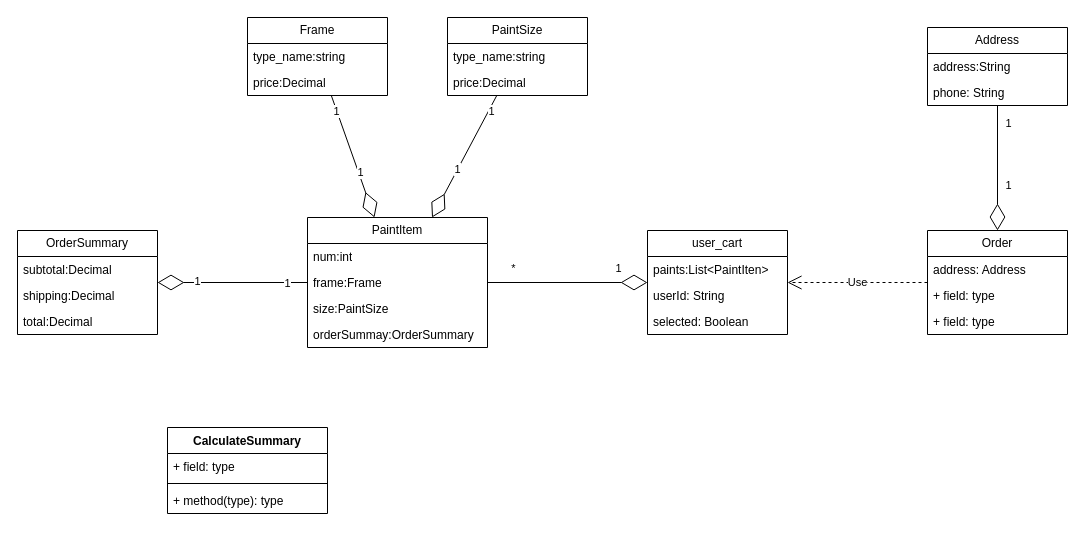
Earlier version of the draw.io diagram aigc订单系统实体图.drawio (milletzhu/datasource). Source tidied: cells renumbered, new cells numbered last; positions are measured from the earlier drawing's top-left corner, leaving out a move shared by most shapes. Both pictures are drawn from the tidied source at 100%, with x=0, y=0 at pixel (17, 17).
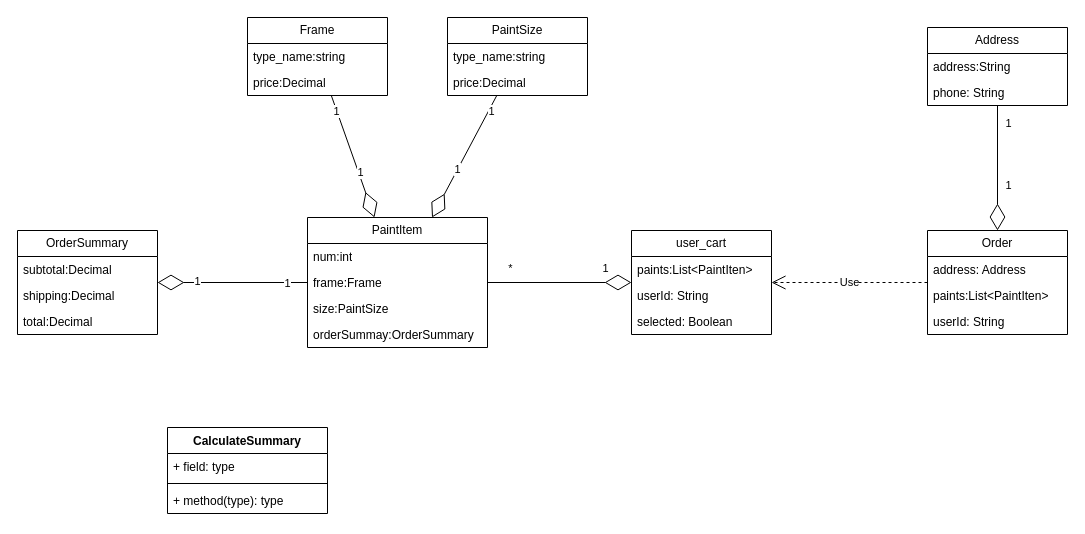
The same diagram, later.

Commit message (it also covers changes not shown here):
更新aigc订单系统实体图.drawio

Unchanged cells that the change refers to:
```xml
<mxCell id="43" value="Order" style="swimlane;fontStyle=0;horizontal=1;startSize=26;fillColor=none;whiteSpace=wrap;html=1;" parent="1" vertex="1">
  <mxGeometry x="910" y="213" width="140" height="104" as="geometry" />
</mxCell>
```

Diff of the diagram source:
```diff
@@
     <mxCell id="13" value="user_cart" style="swimlane;fontStyle=0;horizontal=1;startSize=26;fillColor=none;whiteSpace=wrap;html=1;" parent="1" vertex="1">
-      <mxGeometry x="630" y="213" width="140" height="104" as="geometry" />
+      <mxGeometry x="614" y="213" width="140" height="104" as="geometry" />
     </mxCell>
@@
-    <mxCell id="45" value="+ field: type" style="text;strokeColor=none;fillColor=none;align=left;verticalAlign=top;spacingLeft=4;spacingRight=4;overflow=hidden;whiteSpace=wrap;html=1;" parent="43" vertex="1">
+    <mxCell id="45" value="paints:List&amp;lt;PaintIten&amp;gt;" style="text;strokeColor=none;fillColor=none;align=left;verticalAlign=top;spacingLeft=4;spacingRight=4;overflow=hidden;whiteSpace=wrap;html=1;" parent="43" vertex="1">
       <mxGeometry y="52" width="140" height="26" as="geometry" />
     </mxCell>
-    <mxCell id="46" value="+ field: type" style="text;strokeColor=none;fillColor=none;align=left;verticalAlign=top;spacingLeft=4;spacingRight=4;overflow=hidden;whiteSpace=wrap;html=1;" parent="43" vertex="1">
+    <mxCell id="46" value="userId: String" style="text;strokeColor=none;fillColor=none;align=left;verticalAlign=top;spacingLeft=4;spacingRight=4;overflow=hidden;whiteSpace=wrap;html=1;" parent="43" vertex="1">
       <mxGeometry y="78" width="140" height="26" as="geometry" />
     </mxCell>
```
